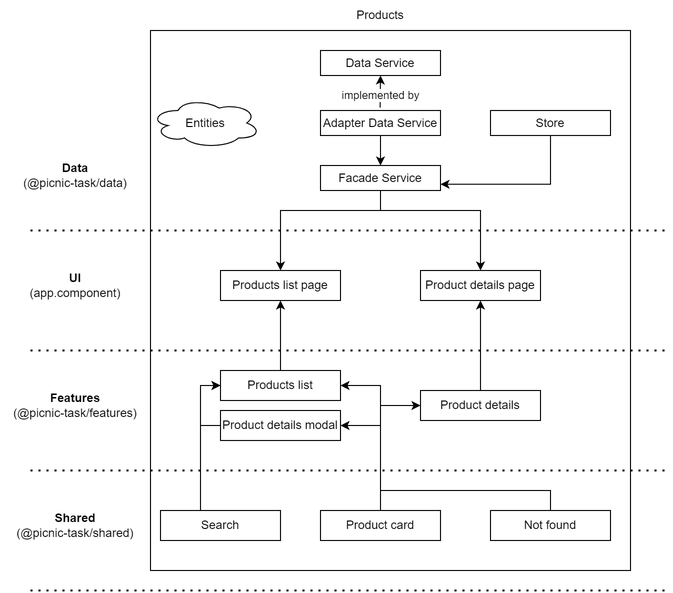
Before: src/assets/architecture.png, a diagram exported from draw.io (aquachucha/angular-task). Source tidied: cells renumbered, new cells last; positions are measured from the earlier drawing's top-left corner, leaving out a move shared by most shapes.
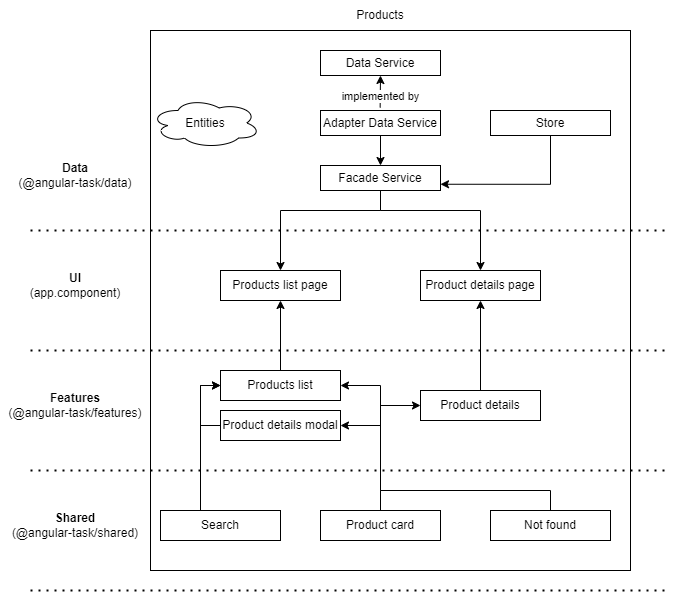
The same diagram one commit later.

Commit message:
Changed readme a little bit

Change to the diagram source:
```diff
@@ -2,13 +2,13 @@
   <root>
     <mxCell id="0" />
     <mxCell id="1" parent="0" />
-    <mxCell id="2" value="&lt;b&gt;Shared&lt;/b&gt;&lt;br&gt;(@picnic-task/shared)" style="text;html=1;strokeColor=none;fillColor=none;align=center;verticalAlign=middle;whiteSpace=wrap;rounded=0;" parent="1" vertex="1">
+    <mxCell id="2" value="&lt;b&gt;Shared&lt;/b&gt;&lt;br&gt;(@angular-task/shared)" style="text;html=1;strokeColor=none;fillColor=none;align=center;verticalAlign=middle;whiteSpace=wrap;rounded=0;" parent="1" vertex="1">
       <mxGeometry x="10" y="510" width="130" height="30" as="geometry" />
     </mxCell>
-    <mxCell id="3" value="&lt;b&gt;Features&lt;/b&gt;&lt;br&gt;(@picnic-task/features)" style="text;html=1;strokeColor=none;fillColor=none;align=center;verticalAlign=middle;whiteSpace=wrap;rounded=0;" parent="1" vertex="1">
+    <mxCell id="3" value="&lt;b&gt;Features&lt;/b&gt;&lt;br&gt;(@angular-task/features)" style="text;html=1;strokeColor=none;fillColor=none;align=center;verticalAlign=middle;whiteSpace=wrap;rounded=0;" parent="1" vertex="1">
       <mxGeometry y="390" width="150" height="30" as="geometry" />
     </mxCell>
-    <mxCell id="4" value="&lt;b&gt;Data&lt;/b&gt;&lt;br&gt;(@picnic-task/data)" style="text;html=1;strokeColor=none;fillColor=none;align=center;verticalAlign=middle;whiteSpace=wrap;rounded=0;" parent="1" vertex="1">
+    <mxCell id="4" value="&lt;b&gt;Data&lt;/b&gt;&lt;br&gt;(@angular-task/data)" style="text;html=1;strokeColor=none;fillColor=none;align=center;verticalAlign=middle;whiteSpace=wrap;rounded=0;" parent="1" vertex="1">
       <mxGeometry x="10" y="160" width="130" height="30" as="geometry" />
     </mxCell>
     <mxCell id="5" value="&lt;b&gt;UI&lt;/b&gt;&lt;br&gt;(app.component)" style="text;html=1;strokeColor=none;fillColor=none;align=center;verticalAlign=middle;whiteSpace=wrap;rounded=0;" parent="1" vertex="1">
```
